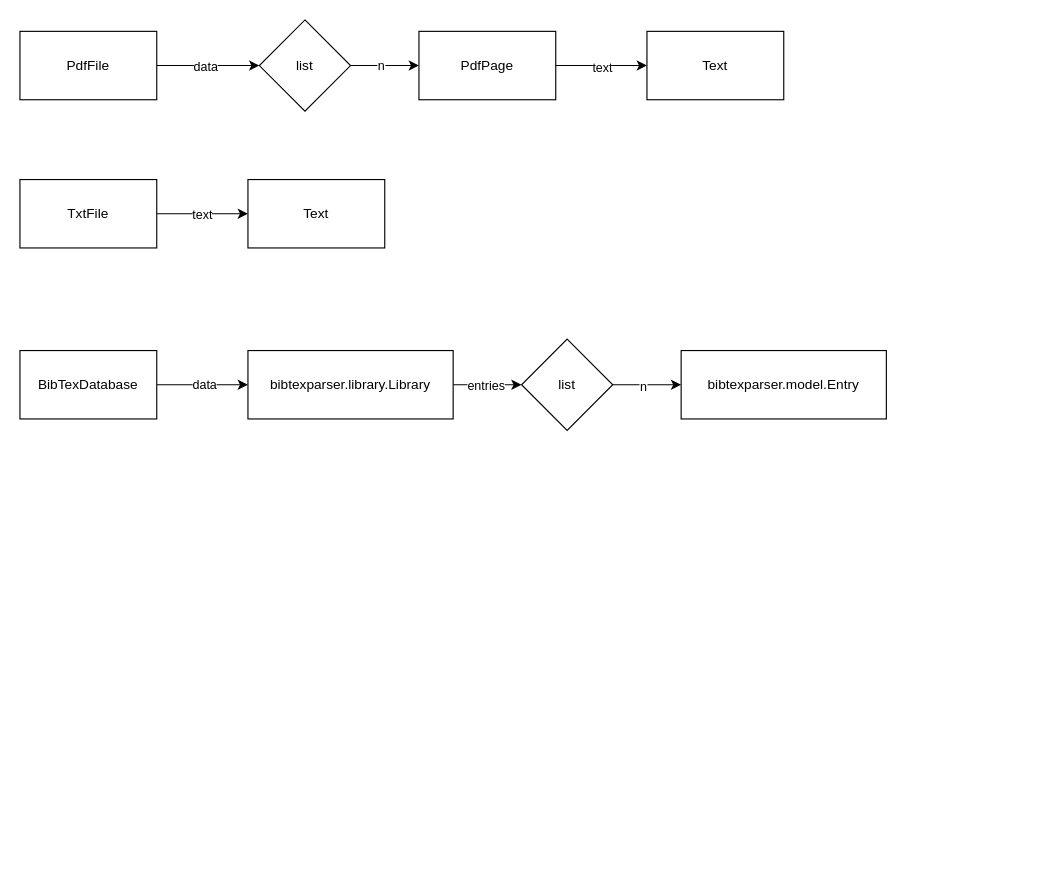
Above: python/structure.drawio in rubenphilipp/bp-text (draw.io), before the change. Source tidied: cells renumbered, new cells numbered last; positions are measured from the earlier drawing's top-left corner, leaving out a move shared by most shapes. Both pictures are drawn from the tidied source at 114%, with x=0, y=0 at pixel (19, 19).
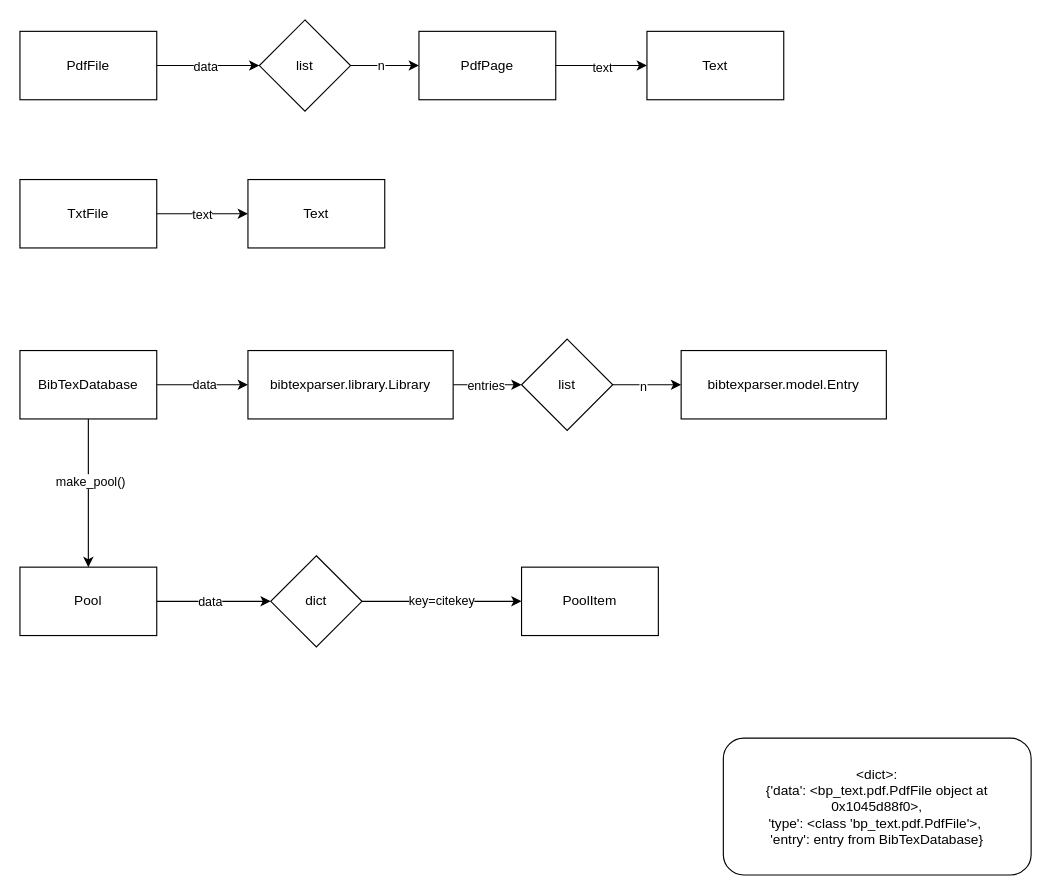
The same diagram, later.

Unchanged cells that the change refers to:
```xml
<mxCell id="15" value="BibTexDatabase" style="whiteSpace=wrap;html=1;" parent="1" vertex="1">
  <mxGeometry y="290" width="120" height="60" as="geometry" />
</mxCell>
```

Change to the diagram source:
```diff
@@
+    <mxCell id="26" style="edgeStyle=orthogonalEdgeStyle;rounded=0;jettySize=auto;html=1;entryX=0.5;entryY=0;entryDx=0;entryDy=0;" parent="1" edge="1" source="15" target="30">
+      <mxGeometry relative="1" as="geometry" />
+    </mxCell>
+    <mxCell id="27" value="make_pool()" style="edgeLabel;html=1;align=center;verticalAlign=middle;" parent="26" vertex="1">
+      <mxGeometry x="-0.17" y="1" relative="1" as="geometry" />
+    </mxCell>
@@
+    <mxCell id="28" style="edgeStyle=orthogonalEdgeStyle;rounded=0;jettySize=auto;html=1;" parent="1" edge="1" source="30" target="32">
+      <mxGeometry relative="1" as="geometry" />
+    </mxCell>
+    <mxCell id="29" value="data" style="edgeLabel;html=1;align=center;verticalAlign=middle;" parent="28" vertex="1">
+      <mxGeometry x="-0.08" relative="1" as="geometry" />
+    </mxCell>
+    <mxCell id="30" value="Pool" style="whiteSpace=wrap;html=1;" parent="1" vertex="1">
+      <mxGeometry y="480" width="120" height="60" as="geometry" />
+    </mxCell>
+    <mxCell id="31" value="key=citekey" style="edgeStyle=orthogonalEdgeStyle;rounded=0;jettySize=auto;html=1;entryX=0;entryY=0.5;entryDx=0;entryDy=0;" parent="1" edge="1" source="32" target="34">
+      <mxGeometry relative="1" as="geometry" />
+    </mxCell>
+    <mxCell id="32" value="dict" style="rhombus;whiteSpace=wrap;html=1;" parent="1" vertex="1">
+      <mxGeometry x="220" y="470" width="80" height="80" as="geometry" />
+    </mxCell>
+    <mxCell id="33" value="&lt;div&gt;&amp;lt;dict&amp;gt;:&lt;/div&gt;{'data': &amp;lt;bp_text.pdf.PdfFile object at 0x1045d88f0&amp;gt;,&lt;div&gt;'type': &amp;lt;class 'bp_text.pdf.PdfFile'&amp;gt;,&amp;nbsp;&lt;/div&gt;&lt;div&gt;'entry': entry from BibTexDatabase}&lt;/div&gt;" style="whiteSpace=wrap;html=1;rounded=1;" parent="1" vertex="1">
+      <mxGeometry x="617" y="630" width="270" height="120" as="geometry" />
+    </mxCell>
+    <mxCell id="34" value="PoolItem" style="whiteSpace=wrap;html=1;" parent="1" vertex="1">
+      <mxGeometry x="440" y="480" width="120" height="60" as="geometry" />
+    </mxCell>
```
